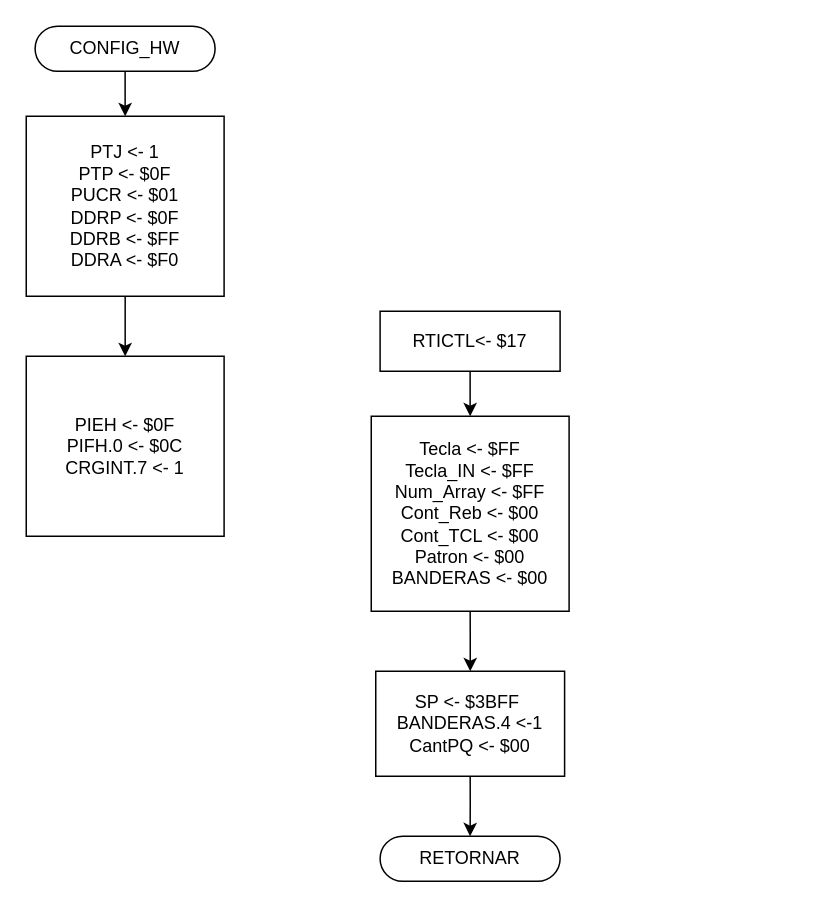
Above: Tareas/T5/diagramas/drawio/CONFIG_HW.drawio in moisotico/Microprocesadores (draw.io), before the change. Source tidied: cells renumbered, new cells numbered last; positions are measured from the earlier drawing's top-left corner, leaving out a move shared by most shapes. Both pictures are drawn from the tidied source at 150%, with x=0, y=0 at pixel (26, 26).
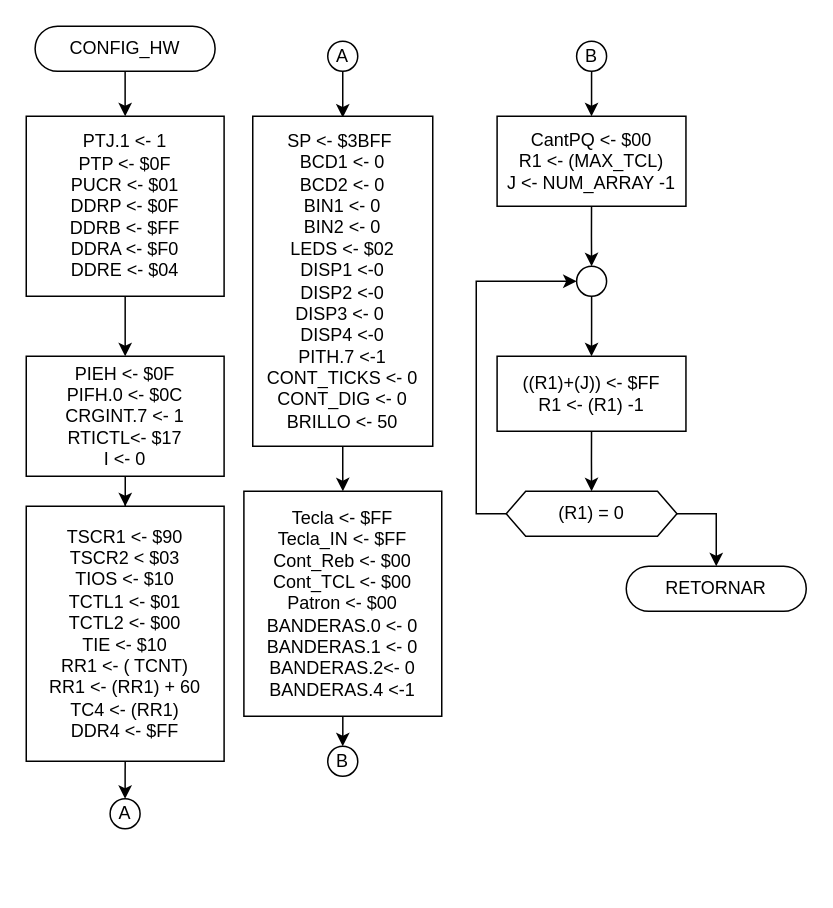
The same diagram, later.

Change to the diagram source:
```diff
@@
-    <mxCell id="5" value="PTJ &amp;lt;- 1&lt;br&gt;PTP &amp;lt;- $0F&lt;br&gt;PUCR &amp;lt;- $01&lt;br&gt;DDRP &amp;lt;- $0F&lt;br&gt;DDRB &amp;lt;- $FF&lt;br&gt;DDRA &amp;lt;- $F0" style="rounded=0;whiteSpace=wrap;html=1;" parent="1" vertex="1">
+    <mxCell id="5" value="PTJ.1 &amp;lt;- 1&lt;br&gt;PTP &amp;lt;- $0F&lt;br&gt;PUCR &amp;lt;- $01&lt;br&gt;DDRP &amp;lt;- $0F&lt;br&gt;DDRB &amp;lt;- $FF&lt;br&gt;DDRA &amp;lt;- $F0&lt;br&gt;DDRE &amp;lt;- $04" style="rounded=0;whiteSpace=wrap;html=1;" parent="1" vertex="1">
       <mxGeometry y="60" width="131.9" height="120" as="geometry" />
     </mxCell>
-    <mxCell id="6" style="edgeStyle=orthogonalEdgeStyle;rounded=0;jettySize=auto;html=1;exitX=0.5;exitY=1;exitDx=0;exitDy=0;entryX=0.5;entryY=0;entryDx=0;entryDy=0;" parent="1" edge="1" source="7" target="9">
-      <mxGeometry relative="1" as="geometry" />
-    </mxCell>
-    <mxCell id="7" value="&lt;span&gt;RTICTL&amp;lt;- $17&lt;/span&gt;" style="rounded=0;whiteSpace=wrap;html=1;" parent="1" vertex="1">
-      <mxGeometry x="235.9" y="190" width="120" height="40" as="geometry" />
-    </mxCell>
-    <mxCell id="8" style="edgeStyle=orthogonalEdgeStyle;rounded=0;jettySize=auto;html=1;exitX=0.5;exitY=1;exitDx=0;exitDy=0;" parent="1" edge="1" source="9" target="11">
-      <mxGeometry relative="1" as="geometry" />
-    </mxCell>
+    <mxCell id="14" style="edgeStyle=orthogonalEdgeStyle;rounded=0;jettySize=auto;html=1;exitX=0.5;exitY=1;exitDx=0;exitDy=0;entryX=0.5;entryY=0;entryDx=0;entryDy=0;" parent="1" edge="1" source="9" target="33">
+      <mxGeometry relative="1" as="geometry" />
+    </mxCell>
-    <mxCell id="9" value="Tecla &amp;lt;- $FF&lt;br&gt;Tecla_IN &amp;lt;- $FF&lt;br&gt;Num_Array &amp;lt;- $FF&lt;br&gt;Cont_Reb &amp;lt;- $00&lt;br&gt;Cont_TCL &amp;lt;- $00&lt;br&gt;Patron &amp;lt;- $00&lt;br&gt;BANDERAS &amp;lt;- $00" style="rounded=0;whiteSpace=wrap;html=1;" parent="1" vertex="1">
-      <mxGeometry x="230" y="260" width="131.9" height="130" as="geometry" />
+    <mxCell id="9" value="Tecla &amp;lt;- $FF&lt;br&gt;Tecla_IN &amp;lt;- $FF&lt;br&gt;Cont_Reb &amp;lt;- $00&lt;br&gt;Cont_TCL &amp;lt;- $00&lt;br&gt;Patron &amp;lt;- $00&lt;br&gt;BANDERAS.0 &amp;lt;- 0&lt;br&gt;BANDERAS.1 &amp;lt;- 0&lt;br&gt;BANDERAS.2&amp;lt;- 0&lt;br&gt;BANDERAS.4 &amp;lt;-1" style="rounded=0;whiteSpace=wrap;html=1;" parent="1" vertex="1">
+      <mxGeometry x="145.1" y="310" width="131.9" height="150" as="geometry" />
     </mxCell>
-    <mxCell id="10" style="edgeStyle=orthogonalEdgeStyle;rounded=0;jettySize=auto;html=1;exitX=0.5;exitY=1;exitDx=0;exitDy=0;entryX=0.5;entryY=0;entryDx=0;entryDy=0;" parent="1" edge="1" source="11" target="13">
-      <mxGeometry relative="1" as="geometry" />
-    </mxCell>
-    <mxCell id="11" value="&lt;span&gt;SP &amp;lt;-&amp;nbsp;$3BFF&amp;nbsp;&lt;br&gt;BANDERAS.4 &amp;lt;-1&lt;br&gt;CantPQ &amp;lt;- $00&lt;br&gt;&lt;/span&gt;" style="rounded=0;whiteSpace=wrap;html=1;" parent="1" vertex="1">
-      <mxGeometry x="233" y="430" width="125.9" height="70" as="geometry" />
-    </mxCell>
+    <mxCell id="15" style="edgeStyle=orthogonalEdgeStyle;rounded=0;jettySize=auto;html=1;" parent="1" edge="1" source="12" target="17">
+      <mxGeometry relative="1" as="geometry" />
+    </mxCell>
-    <mxCell id="12" value="PIEH &amp;lt;- $0F&lt;br&gt;PIFH.0 &amp;lt;- $0C&lt;span&gt;&lt;br&gt;CRGINT.7 &amp;lt;- 1&lt;/span&gt;" style="rounded=0;whiteSpace=wrap;html=1;" parent="1" vertex="1">
-      <mxGeometry y="220" width="131.9" height="120" as="geometry" />
+    <mxCell id="12" value="PIEH &amp;lt;- $0F&lt;br&gt;PIFH.0 &amp;lt;- $0C&lt;span&gt;&lt;br&gt;CRGINT.7 &amp;lt;- 1&lt;br&gt;&lt;/span&gt;RTICTL&amp;lt;- $17&lt;br&gt;&lt;span&gt;I &amp;lt;- 0&lt;br&gt;&lt;/span&gt;" style="rounded=0;whiteSpace=wrap;html=1;" parent="1" vertex="1">
+      <mxGeometry y="220" width="131.9" height="80" as="geometry" />
     </mxCell>
+    <mxCell id="16" style="edgeStyle=orthogonalEdgeStyle;rounded=0;jettySize=auto;html=1;exitX=0.5;exitY=1;exitDx=0;exitDy=0;entryX=0.5;entryY=0;entryDx=0;entryDy=0;" parent="1" edge="1" source="17" target="34">
+      <mxGeometry relative="1" as="geometry" />
+    </mxCell>
+    <mxCell id="17" value="&lt;span&gt;TSCR1 &amp;lt;- $90&lt;br&gt;TSCR2 &amp;lt; $03&lt;br&gt;TIOS &amp;lt;- $10&lt;br&gt;TCTL1 &amp;lt;- $01&lt;br&gt;&lt;/span&gt;TCTL2 &amp;lt;- $00&lt;br&gt;&lt;span&gt;TIE &amp;lt;- $10&lt;br&gt;RR1 &amp;lt;- ( TCNT)&lt;br&gt;RR1 &amp;lt;- (RR1) + 60&lt;br&gt;TC4 &amp;lt;- (RR1)&lt;br&gt;DDR4 &amp;lt;- $FF&lt;br&gt;&lt;/span&gt;" style="rounded=0;whiteSpace=wrap;html=1;" parent="1" vertex="1">
+      <mxGeometry y="320" width="131.9" height="170" as="geometry" />
+    </mxCell>
+    <mxCell id="18" style="edgeStyle=orthogonalEdgeStyle;rounded=0;jettySize=auto;html=1;exitX=0.5;exitY=1;exitDx=0;exitDy=0;entryX=0.5;entryY=0.004;entryDx=0;entryDy=0;entryPerimeter=0;" parent="1" edge="1" source="19" target="21">
+      <mxGeometry relative="1" as="geometry" />
+    </mxCell>
+    <mxCell id="19" value="A" style="ellipse;whiteSpace=wrap;html=1;" parent="1" vertex="1">
+      <mxGeometry x="201" y="10" width="20" height="20" as="geometry" />
+    </mxCell>
+    <mxCell id="20" style="edgeStyle=orthogonalEdgeStyle;rounded=0;jettySize=auto;html=1;exitX=0.5;exitY=1;exitDx=0;exitDy=0;" parent="1" edge="1" source="21" target="9">
+      <mxGeometry relative="1" as="geometry" />
+    </mxCell>
+    <mxCell id="21" value="SP &amp;lt;-&amp;nbsp;$3BFF&amp;nbsp;&lt;br&gt;BCD1 &amp;lt;- 0&lt;br&gt;BCD2 &amp;lt;- 0&lt;br&gt;BIN1 &amp;lt;- 0&lt;br&gt;BIN2 &amp;lt;- 0&lt;br&gt;LEDS &amp;lt;- $02&lt;br&gt;DISP1 &amp;lt;-0&lt;br&gt;DISP2 &amp;lt;-0&lt;br&gt;DISP3 &amp;lt;- 0&amp;nbsp;&lt;br&gt;DISP4 &amp;lt;-0&lt;br&gt;PITH.7 &amp;lt;-1&lt;br&gt;CONT_TICKS &amp;lt;- 0&lt;br&gt;CONT_DIG &amp;lt;- 0&lt;br&gt;BRILLO &amp;lt;- 50" style="rounded=0;whiteSpace=wrap;html=1;" parent="1" vertex="1">
+      <mxGeometry x="151" y="60" width="120" height="220" as="geometry" />
+    </mxCell>
     <mxCell id="13" value="RETORNAR" style="rounded=1;whiteSpace=wrap;html=1;fontSize=12;glass=0;strokeWidth=1;shadow=0;arcSize=50;" parent="1" vertex="1">
-      <mxGeometry x="235.9" y="540" width="120" height="30" as="geometry" />
+      <mxGeometry x="400" y="360" width="120" height="30" as="geometry" />
     </mxCell>
+    <mxCell id="22" style="edgeStyle=orthogonalEdgeStyle;rounded=0;jettySize=auto;html=1;exitX=0.5;exitY=1;exitDx=0;exitDy=0;entryX=0.5;entryY=0;entryDx=0;entryDy=0;" parent="1" edge="1" source="23" target="27">
+      <mxGeometry relative="1" as="geometry" />
+    </mxCell>
+    <mxCell id="23" style="ellipse;whiteSpace=wrap;html=1;" parent="1" vertex="1">
+      <mxGeometry x="366.9" y="160" width="20" height="20" as="geometry" />
+    </mxCell>
+    <mxCell id="24" style="edgeStyle=orthogonalEdgeStyle;rounded=0;jettySize=auto;html=1;exitX=0.5;exitY=1;exitDx=0;exitDy=0;entryX=0.5;entryY=0;entryDx=0;entryDy=0;" parent="1" edge="1" source="25" target="23">
+      <mxGeometry relative="1" as="geometry" />
+    </mxCell>
+    <mxCell id="25" value="&lt;span&gt;CantPQ &amp;lt;- $00&lt;br&gt;R1 &amp;lt;- (MAX_TCL)&lt;br&gt;J &amp;lt;- NUM_ARRAY -1&lt;br&gt;&lt;/span&gt;" style="rounded=0;whiteSpace=wrap;html=1;" parent="1" vertex="1">
+      <mxGeometry x="313.9" y="60" width="125.9" height="60" as="geometry" />
+    </mxCell>
+    <mxCell id="26" style="edgeStyle=orthogonalEdgeStyle;rounded=0;jettySize=auto;html=1;exitX=0.5;exitY=1;exitDx=0;exitDy=0;" parent="1" edge="1" source="27" target="30">
+      <mxGeometry relative="1" as="geometry" />
+    </mxCell>
+    <mxCell id="27" value="&lt;span&gt;((R1)+(J)) &amp;lt;- $FF&lt;br&gt;R1 &amp;lt;- (R1) -1&lt;br&gt;&lt;/span&gt;" style="rounded=0;whiteSpace=wrap;html=1;" parent="1" vertex="1">
+      <mxGeometry x="313.9" y="220" width="125.9" height="50" as="geometry" />
+    </mxCell>
+    <mxCell id="28" style="edgeStyle=orthogonalEdgeStyle;rounded=0;jettySize=auto;html=1;exitX=0;exitY=0.5;exitDx=0;exitDy=0;entryX=0;entryY=0.5;entryDx=0;entryDy=0;" parent="1" edge="1" source="30" target="23">
+      <mxGeometry relative="1" as="geometry" />
+    </mxCell>
+    <mxCell id="29" style="edgeStyle=orthogonalEdgeStyle;rounded=0;jettySize=auto;html=1;exitX=1;exitY=0.5;exitDx=0;exitDy=0;entryX=0.5;entryY=0;entryDx=0;entryDy=0;" parent="1" edge="1" source="30" target="13">
+      <mxGeometry relative="1" as="geometry" />
+    </mxCell>
+    <mxCell id="30" value="(R1) = 0" style="shape=hexagon;perimeter=hexagonPerimeter2;whiteSpace=wrap;html=1;size=0.11394117647058827;" parent="1" vertex="1">
+      <mxGeometry x="320" y="310" width="113.8" height="30" as="geometry" />
+    </mxCell>
+    <mxCell id="31" style="edgeStyle=orthogonalEdgeStyle;rounded=0;jettySize=auto;html=1;exitX=0.5;exitY=1;exitDx=0;exitDy=0;entryX=0.5;entryY=0;entryDx=0;entryDy=0;" parent="1" edge="1" source="32" target="25">
+      <mxGeometry relative="1" as="geometry" />
+    </mxCell>
+    <mxCell id="32" value="B" style="ellipse;whiteSpace=wrap;html=1;" parent="1" vertex="1">
+      <mxGeometry x="366.9" y="10" width="20" height="20" as="geometry" />
+    </mxCell>
+    <mxCell id="33" value="B" style="ellipse;whiteSpace=wrap;html=1;" parent="1" vertex="1">
+      <mxGeometry x="201" y="480" width="20" height="20" as="geometry" />
+    </mxCell>
+    <mxCell id="34" value="A" style="ellipse;whiteSpace=wrap;html=1;" parent="1" vertex="1">
+      <mxGeometry x="55.9" y="515" width="20" height="20" as="geometry" />
+    </mxCell>
```
